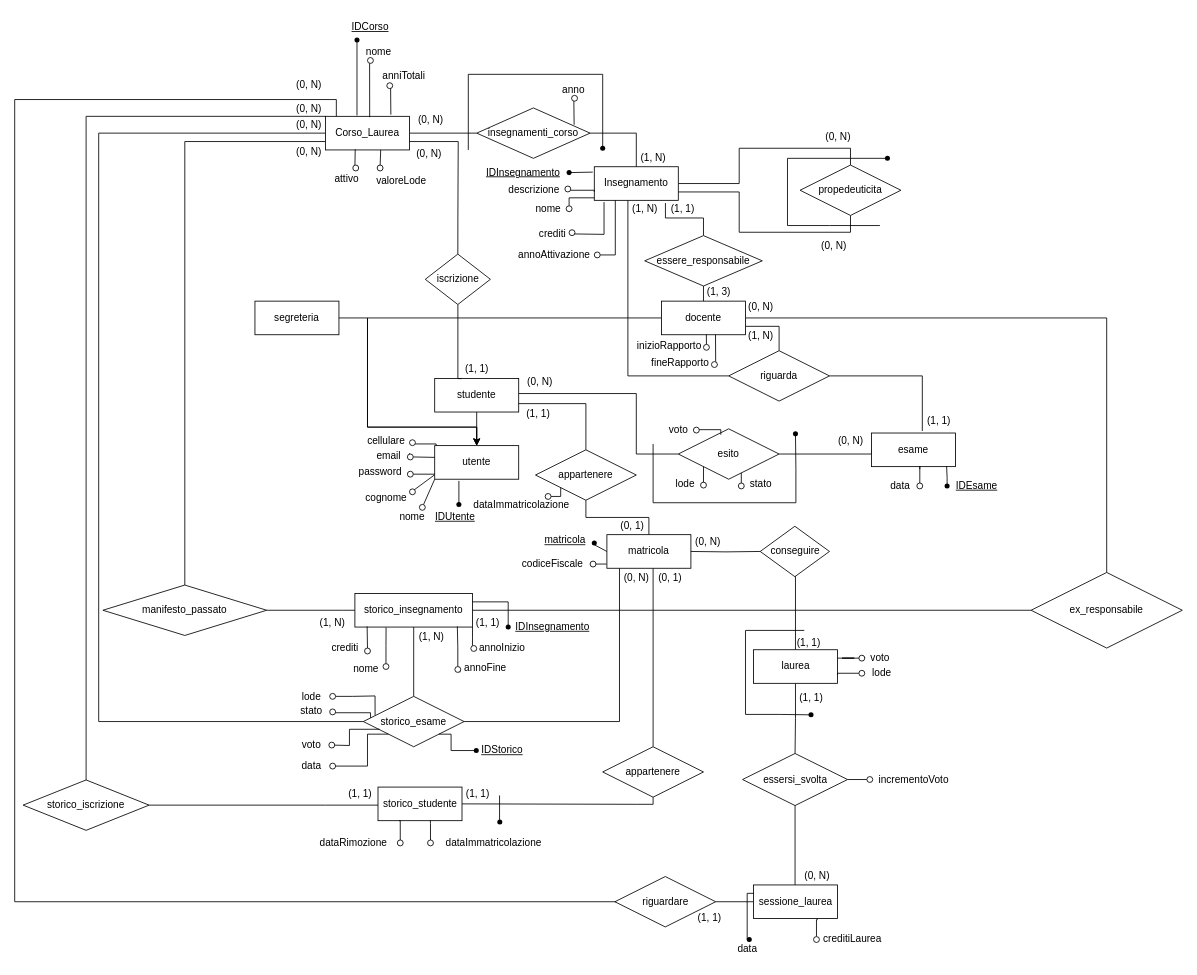
Earlier version of the draw.io diagram page "ER" (1 of 3) of uni.drawio (michelebolis/UniversityExamSystem). Source tidied: cells renumbered, new cells numbered last; positions are measured from the earlier drawing's top-left corner, leaving out a move shared by most shapes. Both pictures are drawn from the tidied source at 84%, with x=0, y=0 at pixel (14, 14).
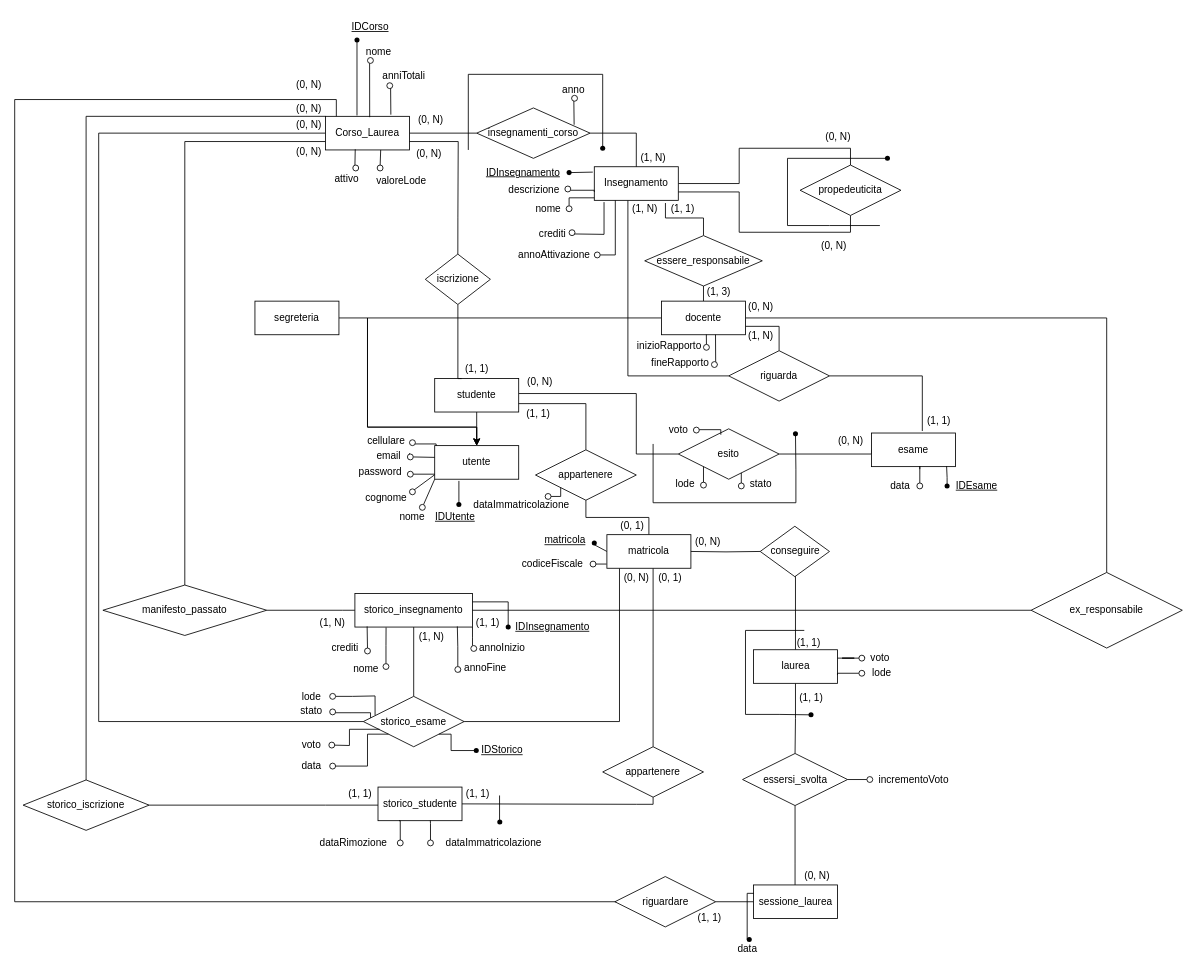
After the change.

Change to the diagram source:
```diff
@@
-    <mxCell id="252" value="creditiLaurea" style="text;html=1;align=center;verticalAlign=middle;strokeColor=none;fillColor=none;" parent="1" vertex="1">
-      <mxGeometry x="951.5" y="1086" width="90" height="30" as="geometry" />
-    </mxCell>
-    <mxCell id="253" style="edgeStyle=orthogonalEdgeStyle;rounded=0;jettySize=auto;html=1;entryX=0.75;entryY=1;entryDx=0;entryDy=0;endArrow=none;endFill=0;" parent="1" edge="1" source="254">
-      <mxGeometry relative="1" as="geometry">
-        <mxPoint x="955" y="1076" as="targetPoint" />
-      </mxGeometry>
-    </mxCell>
-    <mxCell id="254" style="ellipse;whiteSpace=wrap;html=1;" parent="1" vertex="1">
-      <mxGeometry x="951" y="1097.5" width="7" height="7" as="geometry" />
-    </mxCell>
```
